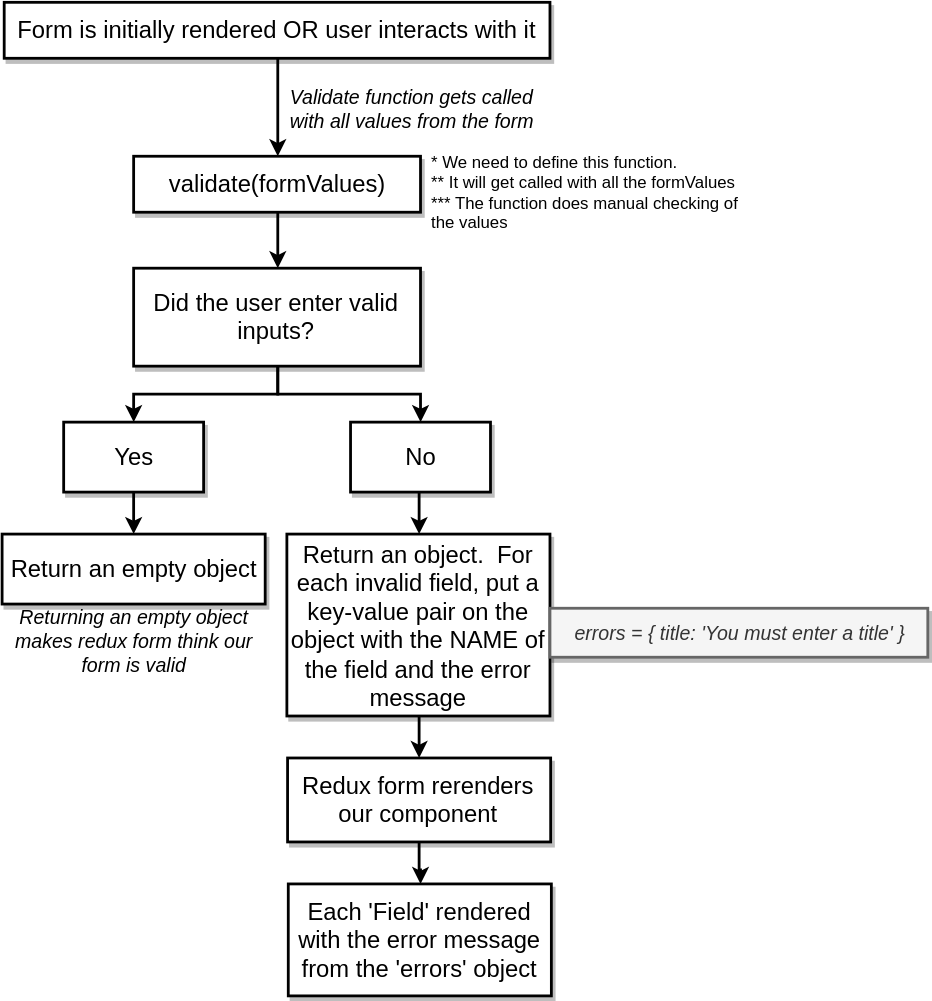
Before: diagrams/redux-form-field-validation.svg, a diagram exported from draw.io (serodriguez68/react-cheatsheet-udemy-2019). Source tidied: cells renumbered, new cells last; positions are measured from the earlier drawing's top-left corner, leaving out a move shared by most shapes.
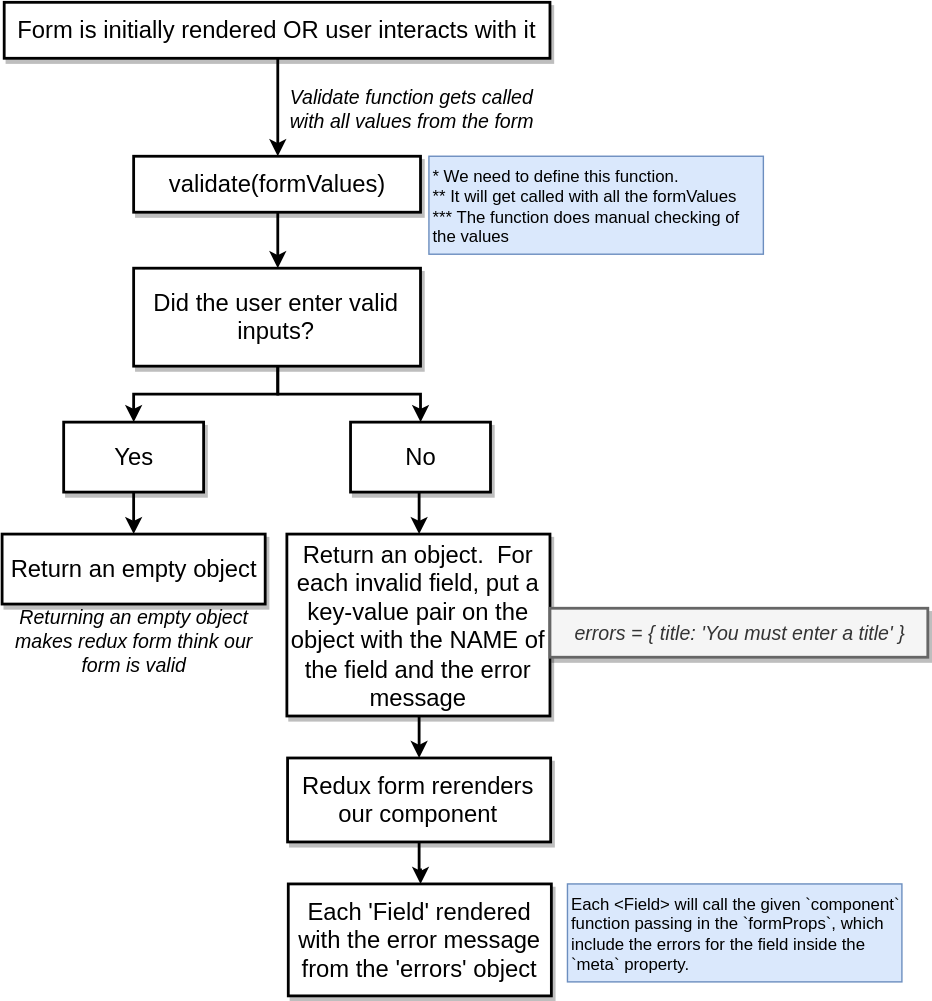
The same diagram one commit later.

The edit, as a diff of the source:
```diff
@@ -62,8 +62,11 @@
     <mxCell id="21" value="Each 'Field' rendered with the error message from the 'errors' object" style="rounded=0;whiteSpace=wrap;html=1;shadow=1;strokeWidth=2;fontSize=17;" parent="1" vertex="1">
       <mxGeometry x="204.5" y="630" width="188" height="80" as="geometry" />
     </mxCell>
-    <mxCell id="22" value="* We need to define this function.&lt;br&gt;** It will get called with all the formValues&lt;br&gt;*** The function does manual checking of the values" style="text;html=1;strokeColor=none;fillColor=none;align=left;verticalAlign=middle;whiteSpace=wrap;rounded=0;" parent="1" vertex="1">
-      <mxGeometry x="305" y="110" width="239" height="50" as="geometry" />
+    <mxCell id="22" value="* We need to define this function.&lt;br&gt;** It will get called with all the formValues&lt;br&gt;*** The function does manual checking of the values" style="text;html=1;strokeColor=#6c8ebf;fillColor=#dae8fc;align=left;verticalAlign=middle;whiteSpace=wrap;rounded=0;" parent="1" vertex="1">
+      <mxGeometry x="305" y="110" width="239" height="70" as="geometry" />
     </mxCell>
+    <mxCell id="23" value="Each &amp;lt;Field&amp;gt; will call the given `component` function passing in the `formProps`, which include the errors for the field inside the `meta` property." style="text;html=1;strokeColor=#6c8ebf;fillColor=#dae8fc;align=left;verticalAlign=middle;whiteSpace=wrap;rounded=0;" parent="1" vertex="1">
+      <mxGeometry x="404" y="630" width="239" height="70" as="geometry" />
+    </mxCell>
   </root>
 </mxGraphModel>
```
